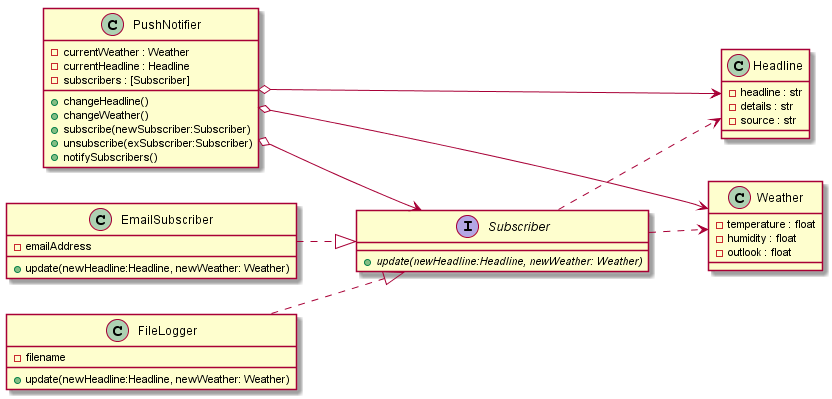
Before: Markdown Lecture Notes and Lab Exercises/uml/observerexample.png, a diagram exported from PlantUML (HowDoIGitHelp/CMSC23MDNotes).
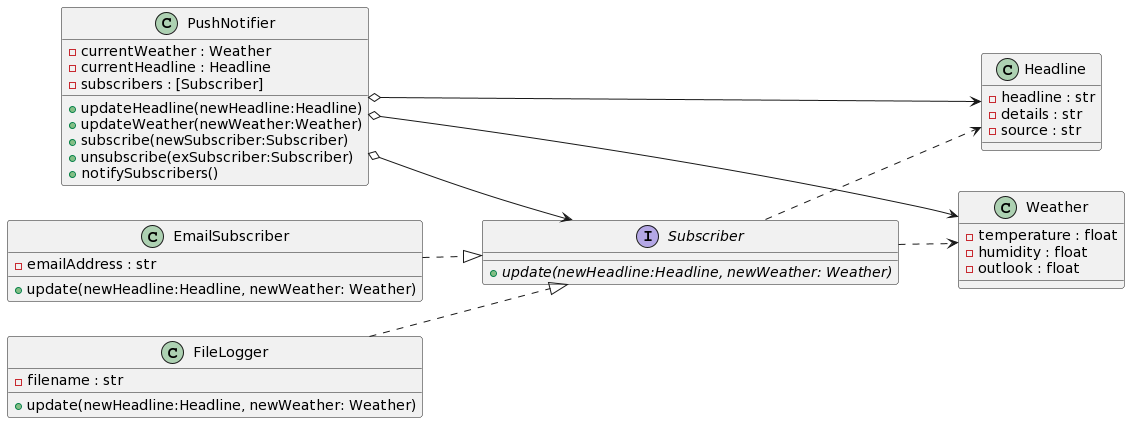
After the change.

Diff of the diagram source:
```diff
@@ -1,5 +1,5 @@
 @startuml
-	left to right direction
+left to right direction
   interface Subscriber{
     + {abstract} update(newHeadline:Headline, newWeather: Weather)
   }
@@ -8,8 +8,8 @@
     - currentWeather : Weather
     - currentHeadline : Headline
     - subscribers : [Subscriber]
-    + changeHeadline()
-    + changeWeather()
+    + updateHeadline(newHeadline:Headline)
+    + updateWeather(newWeather:Weather)
     + subscribe(newSubscriber:Subscriber)
     + unsubscribe(exSubscriber:Subscriber)
     + notifySubscribers()
@@ -28,12 +28,12 @@
   }
 
   class EmailSubscriber{
-		- emailAddress
+	 - emailAddress : str
     + update(newHeadline:Headline, newWeather: Weather)
   }
 
   class FileLogger{
-		- filename
+	 - filename : str
     + update(newHeadline:Headline, newWeather: Weather)
   }
 
```
